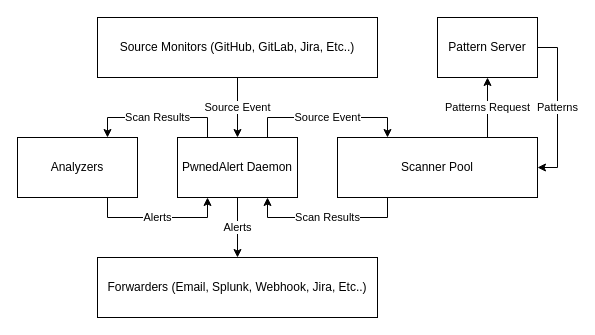
Above: assets/PwnedAlert.drawio in leaktk/docs (draw.io), before the change. Source tidied: cells renumbered, new cells numbered last; positions are measured from the earlier drawing's top-left corner, leaving out a move shared by most shapes. Both pictures are drawn from the tidied source at 100%, with x=0, y=0 at pixel (17, 17).
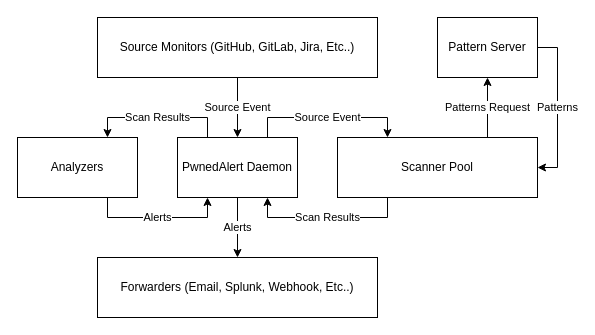
Above is the later version.

Commit message (it also covers changes not shown here):
Fix issue with the forwarder component diagram

Jira shouldn't have been in the forwarders examples.

What changed in the source:
```diff
@@
 <mxGraphModel>
   <root>
     <mxCell id="0" />
     <mxCell id="1" parent="0" />
     <mxCell id="2" value="Source Event" style="edgeStyle=orthogonalEdgeStyle;rounded=0;jettySize=auto;html=1;exitX=0.5;exitY=1;exitDx=0;exitDy=0;entryX=0.5;entryY=0;entryDx=0;entryDy=0;" parent="1" edge="1" source="3" target="7">
       <mxGeometry relative="1" as="geometry" />
     </mxCell>
     <mxCell id="3" value="Source Monitors (GitHub, GitLab, Jira, Etc..)" style="rounded=0;whiteSpace=wrap;html=1;" parent="1" vertex="1">
       <mxGeometry x="80" width="280" height="60" as="geometry" />
     </mxCell>
     <mxCell id="4" value="Source Event" style="edgeStyle=orthogonalEdgeStyle;rounded=0;jettySize=auto;html=1;exitX=0.75;exitY=0;exitDx=0;exitDy=0;entryX=0.25;entryY=0;entryDx=0;entryDy=0;" parent="1" edge="1" source="7" target="12">
       <mxGeometry relative="1" as="geometry" />
     </mxCell>
     <mxCell id="5" value="Scan Results" style="edgeStyle=orthogonalEdgeStyle;rounded=0;jettySize=auto;html=1;exitX=0.25;exitY=0;exitDx=0;exitDy=0;entryX=0.75;entryY=0;entryDx=0;entryDy=0;" parent="1" edge="1" source="7" target="14">
       <mxGeometry relative="1" as="geometry" />
     </mxCell>
     <mxCell id="6" value="Alerts" style="edgeStyle=orthogonalEdgeStyle;rounded=0;jettySize=auto;html=1;exitX=0.5;exitY=1;exitDx=0;exitDy=0;entryX=0.5;entryY=0;entryDx=0;entryDy=0;" parent="1" edge="1" source="7" target="15">
       <mxGeometry relative="1" as="geometry" />
     </mxCell>
     <mxCell id="7" value="PwnedAlert Daemon" style="rounded=0;whiteSpace=wrap;html=1;" parent="1" vertex="1">
       <mxGeometry x="160" y="120" width="120" height="60" as="geometry" />
     </mxCell>
     <mxCell id="8" value="Patterns" style="edgeStyle=orthogonalEdgeStyle;rounded=0;jettySize=auto;html=1;exitX=1;exitY=0.5;exitDx=0;exitDy=0;entryX=1;entryY=0.5;entryDx=0;entryDy=0;" parent="1" edge="1" source="9" target="12">
       <mxGeometry relative="1" as="geometry" />
     </mxCell>
     <mxCell id="9" value="Pattern Server" style="rounded=0;whiteSpace=wrap;html=1;" parent="1" vertex="1">
       <mxGeometry x="420" width="100" height="60" as="geometry" />
     </mxCell>
     <mxCell id="10" value="Scan Results" style="edgeStyle=orthogonalEdgeStyle;rounded=0;jettySize=auto;html=1;exitX=0.25;exitY=1;exitDx=0;exitDy=0;entryX=0.75;entryY=1;entryDx=0;entryDy=0;" parent="1" edge="1" source="12" target="7">
       <mxGeometry relative="1" as="geometry" />
     </mxCell>
     <mxCell id="11" value="Patterns Request" style="edgeStyle=orthogonalEdgeStyle;rounded=0;jettySize=auto;html=1;exitX=0.75;exitY=0;exitDx=0;exitDy=0;entryX=0.5;entryY=1;entryDx=0;entryDy=0;" parent="1" edge="1" source="12" target="9">
       <mxGeometry relative="1" as="geometry" />
     </mxCell>
     <mxCell id="12" value="Scanner Pool" style="rounded=0;whiteSpace=wrap;html=1;" parent="1" vertex="1">
       <mxGeometry x="320" y="120" width="200" height="60" as="geometry" />
     </mxCell>
     <mxCell id="13" value="Alerts" style="edgeStyle=orthogonalEdgeStyle;rounded=0;jettySize=auto;html=1;exitX=0.75;exitY=1;exitDx=0;exitDy=0;entryX=0.25;entryY=1;entryDx=0;entryDy=0;" parent="1" edge="1" source="14" target="7">
       <mxGeometry relative="1" as="geometry" />
     </mxCell>
     <mxCell id="14" value="Analyzers" style="rounded=0;whiteSpace=wrap;html=1;" parent="1" vertex="1">
       <mxGeometry y="120" width="120" height="60" as="geometry" />
     </mxCell>
-    <mxCell id="15" value="Forwarders (Email, Splunk, Webhook, Jira, Etc..)" style="rounded=0;whiteSpace=wrap;html=1;" parent="1" vertex="1">
+    <mxCell id="15" value="Forwarders (Email, Splunk, Webhook, Etc..)" style="rounded=0;whiteSpace=wrap;html=1;" parent="1" vertex="1">
       <mxGeometry x="80" y="240" width="280" height="60" as="geometry" />
     </mxCell>
   </root>
 </mxGraphModel>
```
